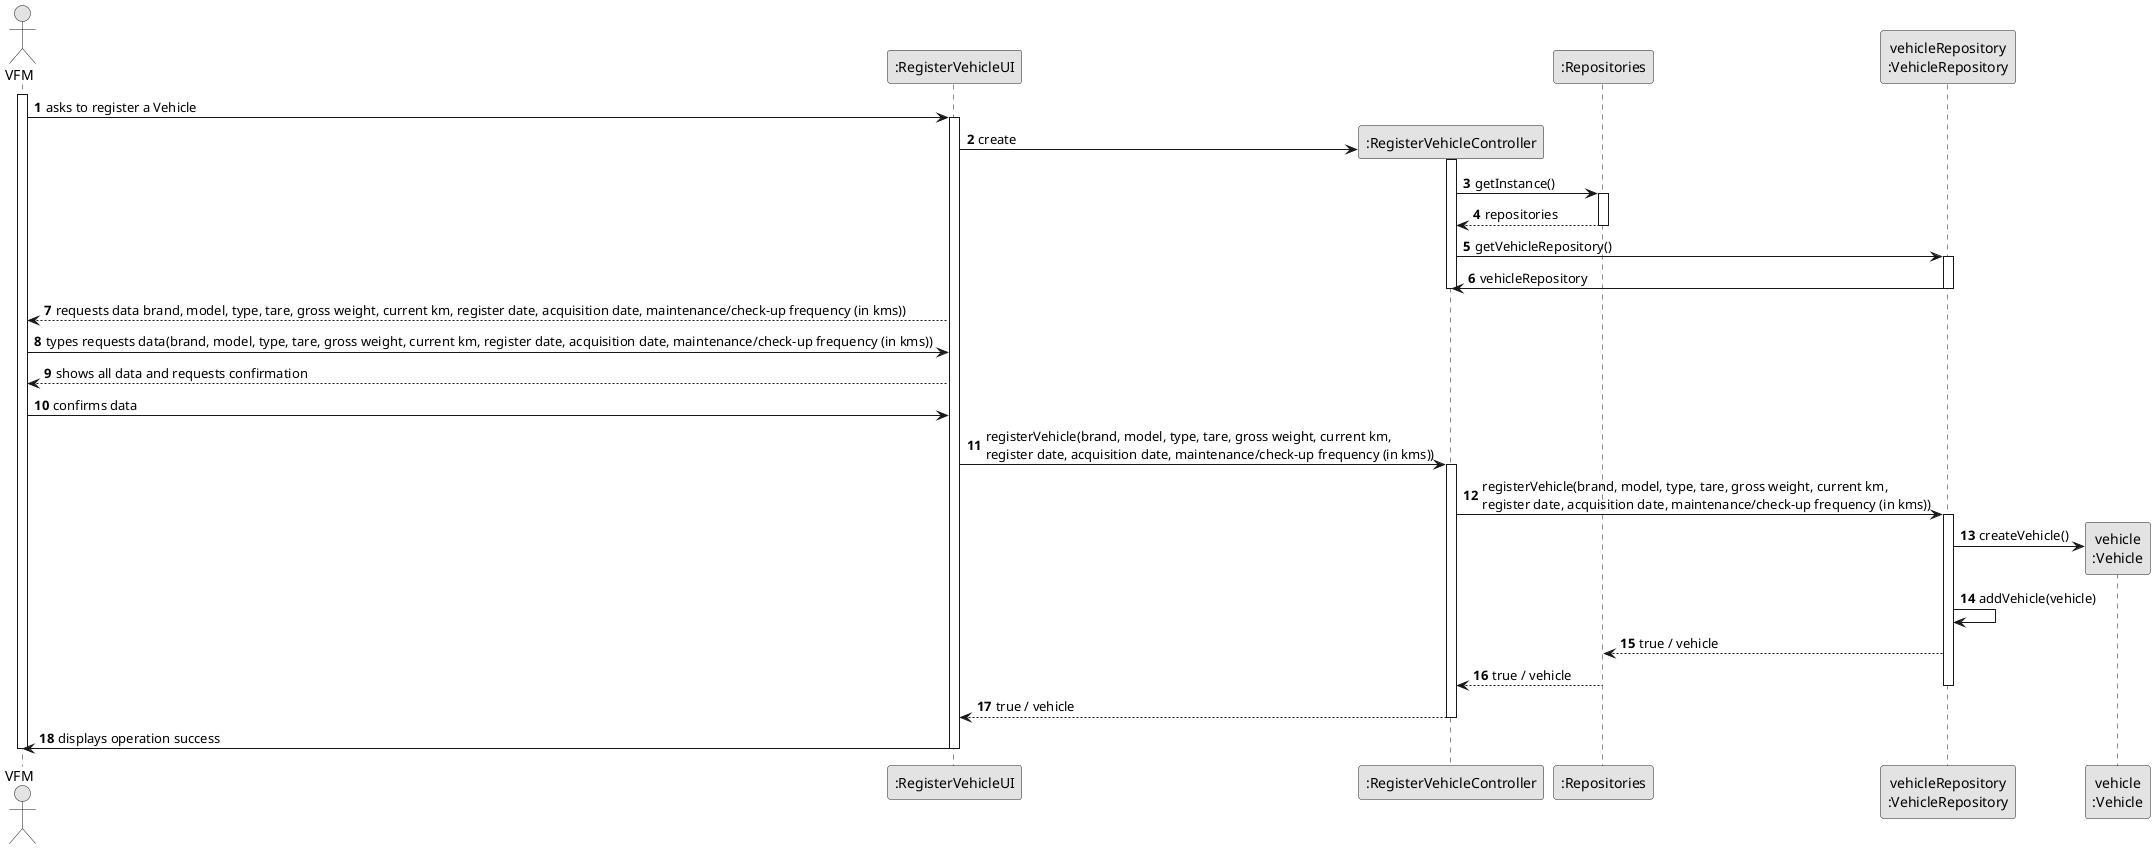
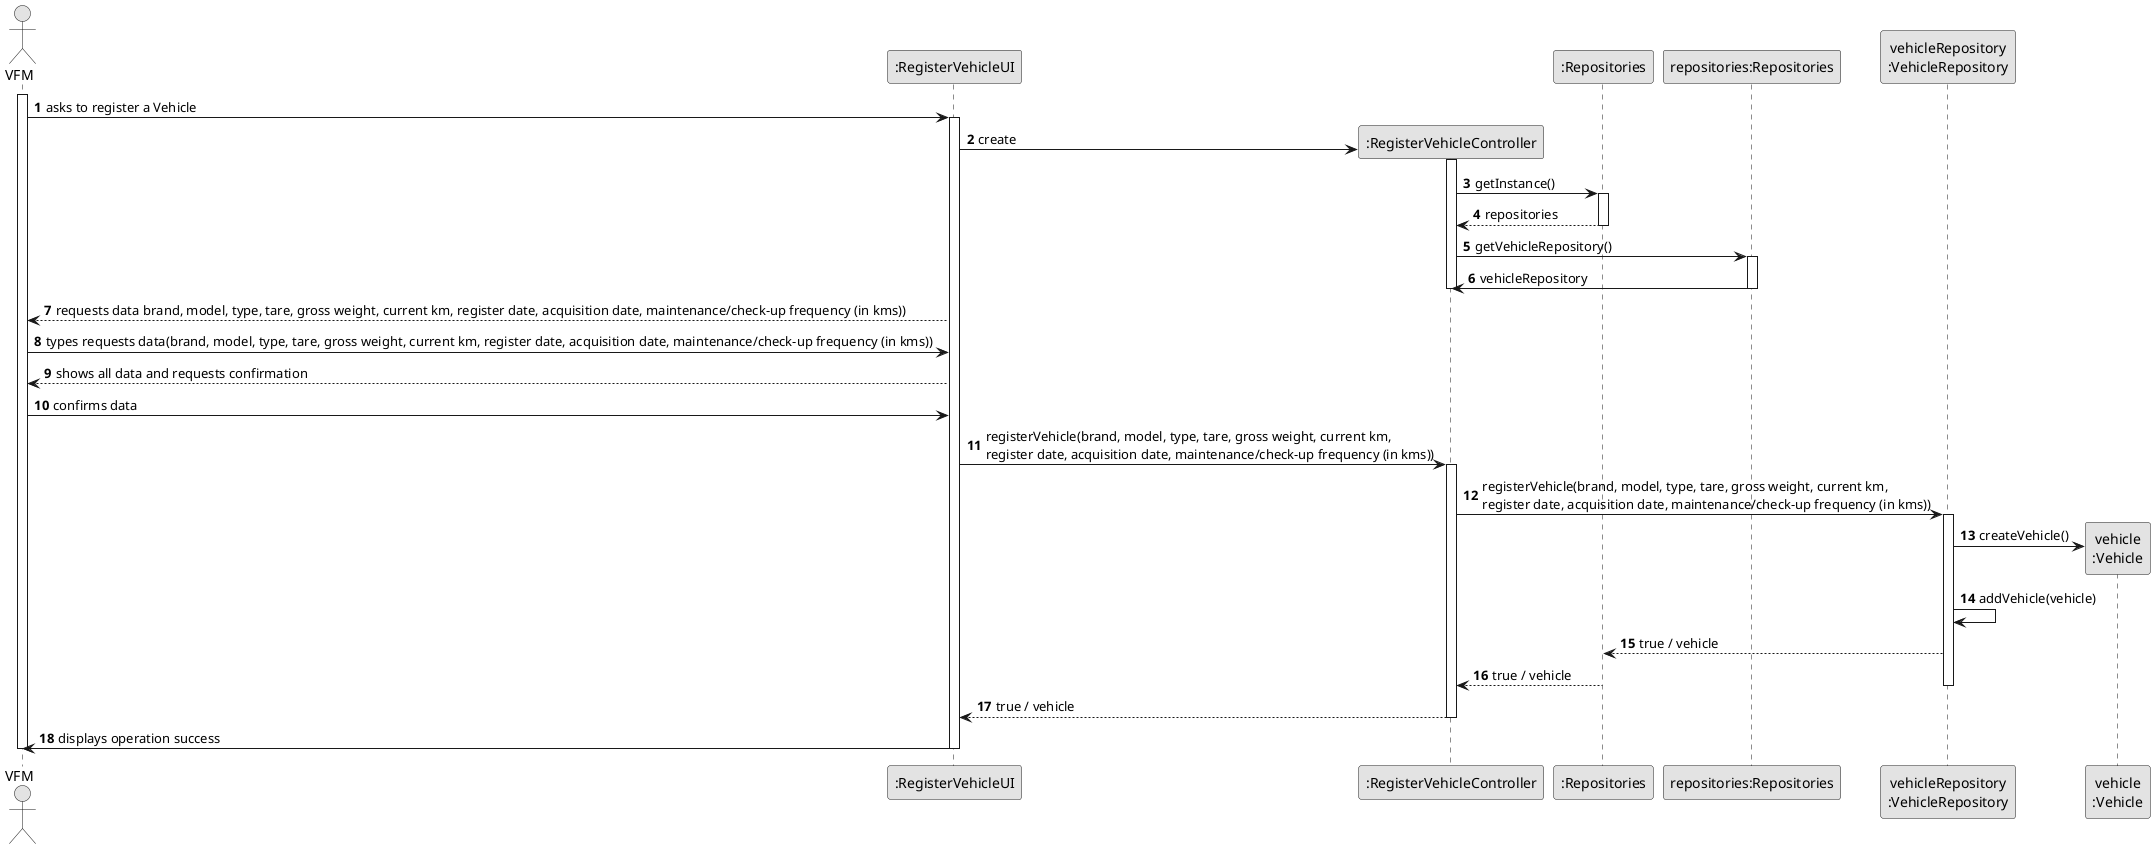
@startuml
skinparam monochrome true
skinparam packageStyle rectangle
skinparam shadowing false

autonumber

'hide footbox
actor "VFM" as VFM
participant ":RegisterVehicleUI" as UI
participant ":RegisterVehicleController" as CTRL
participant ":Repositories" as Repositories
+ participant "repositories:Repositories" as Repo
participant "vehicleRepository\n:VehicleRepository" as VehicleRepository
participant "vehicle\n:Vehicle" as Vehicle

activate VFM

    VFM -> UI : asks to register a Vehicle
    activate UI

    UI -> CTRL** : create
    activate CTRL

    CTRL -> Repositories : getInstance()
    activate Repositories

    Repositories --> CTRL: repositories
    deactivate Repositories

-     CTRL -> VehicleRepository : getVehicleRepository()
-     activate VehicleRepository
+     CTRL -> Repo : getVehicleRepository()
+     activate Repo

-     VehicleRepository -> CTRL : vehicleRepository
-     deactivate VehicleRepository
+     Repo -> CTRL : vehicleRepository
+         deactivate Repo

    deactivate CTRL

    UI --> VFM : requests data brand, model, type, tare, gross weight, current km, register date, acquisition date, maintenance/check-up frequency (in kms))

    VFM -> UI : types requests data(brand, model, type, tare, gross weight, current km, register date, acquisition date, maintenance/check-up frequency (in kms))

    UI --> VFM : shows all data and requests confirmation

    VFM -> UI : confirms data

    UI -> CTRL : registerVehicle(brand, model, type, tare, gross weight, current km, \nregister date, acquisition date, maintenance/check-up frequency (in kms))
    activate CTRL

    CTRL -> VehicleRepository: registerVehicle(brand, model, type, tare, gross weight, current km, \nregister date, acquisition date, maintenance/check-up frequency (in kms))
    activate VehicleRepository

    VehicleRepository -> Vehicle**: createVehicle()
    VehicleRepository -> VehicleRepository: addVehicle(vehicle)
    VehicleRepository --> Repositories : true / vehicle


    Repositories --> CTRL : true / vehicle
    deactivate VehicleRepository

    CTRL --> UI: true / vehicle
    deactivate CTRL

    UI -> VFM : displays operation success
    deactivate UI

deactivate VFM

@enduml